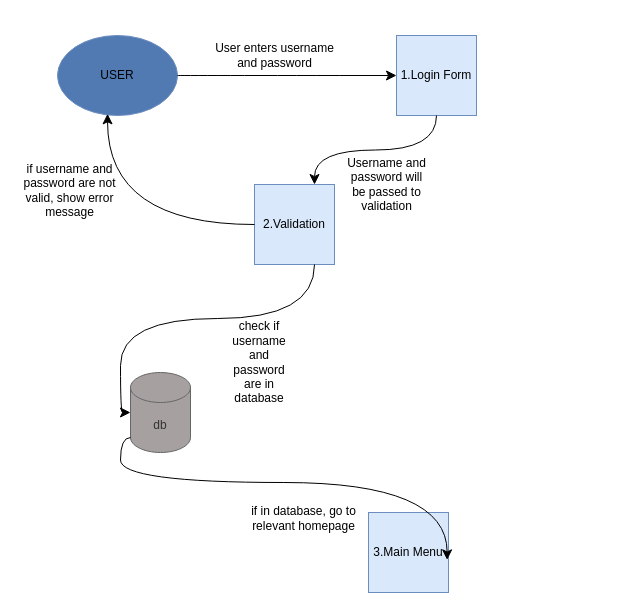
B34427/ComputingProject keeps this draw.io diagram as login dfd.drawio. Above is the earlier version. Source tidied: cells renumbered, new cells numbered last; positions are measured from the earlier drawing's top-left corner, leaving out a move shared by most shapes. Both pictures are drawn from the tidied source at 100%, with x=0, y=0 at pixel (17, 35).
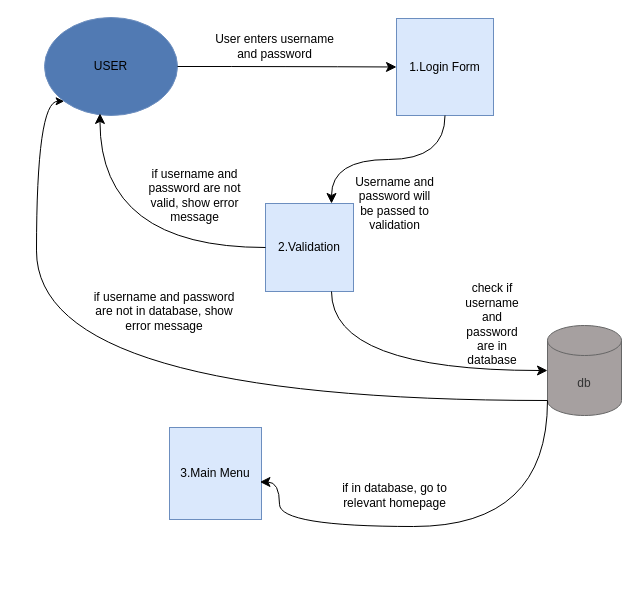
The same diagram, later.

Diff of the diagram source:
```diff
@@
     <mxCell id="2" value="USER" style="ellipse;whiteSpace=wrap;html=1;fillColor=light-dark(#517ab3, #1d293b);strokeColor=#6c8ebf;" parent="1" vertex="1">
-      <mxGeometry x="40" width="120" height="80" as="geometry" />
+      <mxGeometry x="27" y="-18" width="133" height="98" as="geometry" />
     </mxCell>
     <mxCell id="3" value="2.Validation" style="whiteSpace=wrap;html=1;fillColor=#dae8fc;strokeColor=#6c8ebf;" parent="1" vertex="1">
-      <mxGeometry x="237" y="149" width="80" height="80" as="geometry" />
+      <mxGeometry x="248" y="168" width="88" height="88" as="geometry" />
     </mxCell>
     <mxCell id="4" value="1.Login Form" style="whiteSpace=wrap;html=1;fillColor=#dae8fc;strokeColor=#6c8ebf;" parent="1" vertex="1">
-      <mxGeometry x="379" width="80" height="80" as="geometry" />
+      <mxGeometry x="379" y="-17" width="97" height="97" as="geometry" />
     </mxCell>
     <mxCell id="5" value="3.Main Menu" style="whiteSpace=wrap;html=1;fillColor=#dae8fc;strokeColor=#6c8ebf;" parent="1" vertex="1">
-      <mxGeometry x="351" y="477" width="80" height="80" as="geometry" />
+      <mxGeometry x="152" y="392" width="92" height="92" as="geometry" />
     </mxCell>
     <mxCell id="6" value="db" style="shape=cylinder3;whiteSpace=wrap;html=1;boundedLbl=1;backgroundOutline=1;size=15;fillColor=light-dark(#a6a0a0, #1a1a1a);fontColor=#333333;strokeColor=#666666;" parent="1" vertex="1">
-      <mxGeometry x="113" y="337" width="60" height="80" as="geometry" />
+      <mxGeometry x="530" y="290" width="74" height="90" as="geometry" />
     </mxCell>
@@
     <mxCell id="10" style="curved=1;endArrow=classic;html=1;rounded=0;fontSize=12;startSize=8;endSize=8;entryX=0.983;entryY=0.592;entryDx=0;entryDy=0;entryPerimeter=0;exitX=0;exitY=1;exitDx=0;exitDy=-15;edgeStyle=orthogonalEdgeStyle;exitPerimeter=0;" parent="1" edge="1" source="6" target="5">
-      <mxGeometry relative="1" as="geometry" />
+      <mxGeometry relative="1" as="geometry">
+        <Array as="points">
+          <mxPoint x="530" y="491" />
+          <mxPoint x="262" y="491" />
+        </Array>
+      </mxGeometry>
     </mxCell>
@@
     <mxCell id="12" value="User enters username and password" style="text;html=1;align=center;verticalAlign=middle;whiteSpace=wrap;rounded=0;" parent="1" vertex="1">
-      <mxGeometry x="187" y="7" width="141" height="25" as="geometry" />
+      <mxGeometry x="187" y="-2" width="141" height="25" as="geometry" />
     </mxCell>
     <mxCell id="13" value="Username and password will be passed to validation" style="text;html=1;align=center;verticalAlign=middle;whiteSpace=wrap;rounded=0;" parent="1" vertex="1">
-      <mxGeometry x="328" y="125" width="83" height="47" as="geometry" />
+      <mxGeometry x="336" y="144" width="83" height="47" as="geometry" />
     </mxCell>
     <mxCell id="14" value="if username and password are not valid, show error message" style="text;html=1;align=center;verticalAlign=middle;whiteSpace=wrap;rounded=0;" parent="1" vertex="1">
-      <mxGeometry y="139" width="105" height="31" as="geometry" />
+      <mxGeometry x="125" y="144" width="105" height="31" as="geometry" />
     </mxCell>
     <mxCell id="15" value="check if username and password are in database" style="text;html=1;align=center;verticalAlign=middle;whiteSpace=wrap;rounded=0;" parent="1" vertex="1">
-      <mxGeometry x="212" y="312" width="60" height="30" as="geometry" />
+      <mxGeometry x="445" y="274" width="60" height="30" as="geometry" />
     </mxCell>
     <mxCell id="16" value="if in database, go to relevant homepage" style="text;html=1;align=center;verticalAlign=middle;whiteSpace=wrap;rounded=0;" parent="1" vertex="1">
-      <mxGeometry x="230" y="464" width="113" height="37" as="geometry" />
+      <mxGeometry x="321" y="441" width="113" height="37" as="geometry" />
     </mxCell>
+    <mxCell id="17" style="curved=1;endArrow=classic;html=1;rounded=0;entryX=0;entryY=1;entryDx=0;entryDy=0;edgeStyle=orthogonalEdgeStyle;exitX=0;exitY=1;exitDx=0;exitDy=-15;exitPerimeter=0;" parent="1" edge="1" source="6" target="2">
+      <mxGeometry relative="1" as="geometry">
+        <Array as="points">
+          <mxPoint x="19" y="365" />
+          <mxPoint x="19" y="66" />
+        </Array>
+      </mxGeometry>
+    </mxCell>
+    <mxCell id="18" value="if username and password are not in database, show error message" style="text;html=1;align=center;verticalAlign=middle;whiteSpace=wrap;rounded=0;rotation=0;" parent="1" vertex="1">
+      <mxGeometry x="70" y="260" width="154" height="32" as="geometry" />
+    </mxCell>
```
